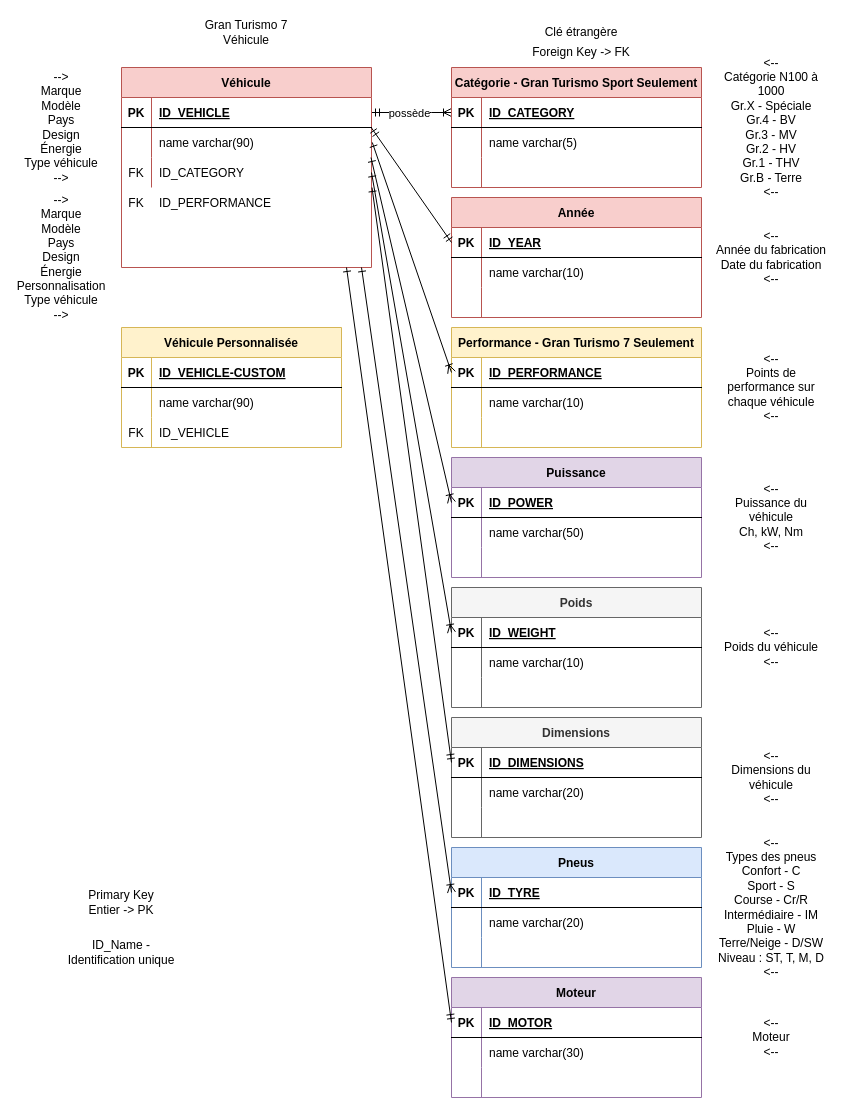
The draw.io diagram Diagramme 0.drawio in mbacc69005Branly/BTS2-CIEL-IR-MCD-2024-2025, before the edit. Source tidied: cells renumbered, new cells numbered last; positions are measured from the earlier drawing's top-left corner, leaving out a move shared by most shapes. Both pictures are drawn from the tidied source at 100%, with x=0, y=0 at pixel (21, 17).
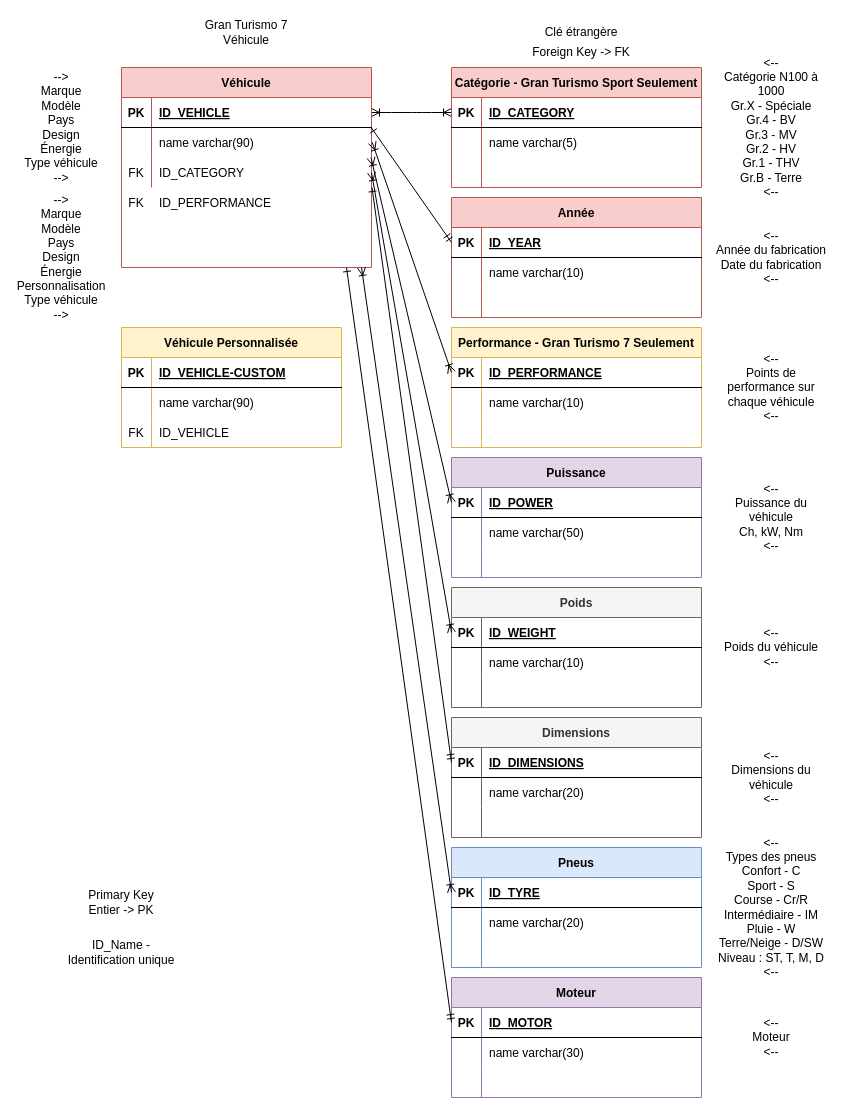
The same page after the edit.

Commit message:
Mettre à jour Diagramme 0.drawio

The change refers to these unchanged cells:
```xml
<mxCell id="6" style="shape=partialRectangle;fillColor=none;points=[[0,0.5],[1,0.5]];portConstraint=eastwest;top=0;left=0;right=0;bottom=1;" parent="5" vertex="1">
  <mxGeometry y="30" width="250" height="30" as="geometry" />
</mxCell>
<mxCell id="9" style="shape=partialRectangle;fillColor=none;points=[[0,0.5],[1,0.5]];portConstraint=eastwest;top=0;left=0;right=0;bottom=0;" parent="5" vertex="1">
  <mxGeometry y="60" width="250" height="30" as="geometry" />
</mxCell>
<mxCell id="12" style="shape=partialRectangle;fillColor=none;points=[[0,0.5],[1,0.5]];portConstraint=eastwest;top=0;left=0;right=0;bottom=0;" parent="5" vertex="1">
  <mxGeometry y="90" width="250" height="30" as="geometry" />
</mxCell>
<mxCell id="30" style="shape=partialRectangle;fillColor=none;points=[[0,0.5],[1,0.5]];portConstraint=eastwest;top=0;left=0;right=0;bottom=1;" parent="29" vertex="1">
  <mxGeometry y="30" width="250" height="30" as="geometry" />
</mxCell>
<mxCell id="40" style="shape=partialRectangle;fillColor=none;points=[[0,0.5],[1,0.5]];portConstraint=eastwest;top=0;left=0;right=0;bottom=1;" parent="39" vertex="1">
  <mxGeometry y="30" width="250" height="30" as="geometry" />
</mxCell>
<mxCell id="52" style="shape=partialRectangle;fillColor=none;points=[[0,0.5],[1,0.5]];portConstraint=eastwest;top=0;left=0;right=0;bottom=1;" parent="51" vertex="1">
  <mxGeometry y="30" width="250" height="30" as="geometry" />
</mxCell>
<mxCell id="74" style="shape=partialRectangle;fillColor=none;points=[[0,0.5],[1,0.5]];portConstraint=eastwest;top=0;left=0;right=0;bottom=1;" parent="73" vertex="1">
  <mxGeometry y="30" width="250" height="30" as="geometry" />
</mxCell>
<mxCell id="85" style="shape=partialRectangle;fillColor=none;points=[[0,0.5],[1,0.5]];portConstraint=eastwest;top=0;left=0;right=0;bottom=1;" parent="84" vertex="1">
  <mxGeometry y="30" width="250" height="30" as="geometry" />
</mxCell>
```

What changed in the source:
```diff
@@
-    <mxCell id="2" style="edgeStyle=entityRelationEdgeStyle;endArrow=ERoneToMany;startArrow=ERmandOne;endFill=0;startFill=0;entryX=0;entryY=0.5;entryDx=0;entryDy=0;" parent="1" edge="1" source="6">
+    <mxCell id="2" style="edgeStyle=entityRelationEdgeStyle;endArrow=ERoneToMany;startArrow=ERoneToMany;endFill=0;startFill=0;entryX=0;entryY=0.5;entryDx=0;entryDy=0;" parent="1" edge="1" source="6">
       <mxGeometry relative="1" as="geometry">
         <mxPoint x="430" y="95" as="targetPoint" />
       </mxGeometry>
     </mxCell>
-    <mxCell id="3" value="possède" style="edgeLabel;html=1;align=center;verticalAlign=middle;" parent="2" vertex="1">
-      <mxGeometry x="-0.07" relative="1" as="geometry" />
-    </mxCell>
@@
-    <mxCell id="105" style="endArrow=ERmandOne;html=1;rounded=0;exitX=0.999;exitY=1.004;exitDx=0;exitDy=0;entryX=0;entryY=0.5;entryDx=0;entryDy=0;exitPerimeter=0;startArrow=ERmandOne;startFill=0;endFill=0;" parent="1" edge="1" source="6" target="30">
+    <mxCell id="105" style="endArrow=ERmandOne;html=1;rounded=0;exitX=0.999;exitY=1.004;exitDx=0;exitDy=0;entryX=0;entryY=0.5;entryDx=0;entryDy=0;exitPerimeter=0;startArrow=ERone;startFill=0;endFill=0;" parent="1" edge="1" source="6" target="30">
       <mxGeometry relative="1" as="geometry" />
     </mxCell>
-    <mxCell id="106" style="endArrow=ERoneToMany;html=1;rounded=0;entryX=0;entryY=0.5;entryDx=0;entryDy=0;exitX=1.003;exitY=0.497;exitDx=0;exitDy=0;exitPerimeter=0;startArrow=ERone;startFill=0;endFill=0;" parent="1" edge="1" source="9" target="40">
+    <mxCell id="106" style="endArrow=ERoneToMany;html=1;rounded=0;entryX=0;entryY=0.5;entryDx=0;entryDy=0;exitX=1.003;exitY=0.497;exitDx=0;exitDy=0;exitPerimeter=0;startArrow=ERoneToMany;startFill=0;endFill=0;" parent="1" edge="1" source="9" target="40">
       <mxGeometry relative="1" as="geometry" />
     </mxCell>
-    <mxCell id="107" style="endArrow=ERoneToMany;html=1;rounded=0;exitX=0.998;exitY=0.002;exitDx=0;exitDy=0;exitPerimeter=0;entryX=0;entryY=0.5;entryDx=0;entryDy=0;startArrow=ERone;startFill=0;endFill=0;" parent="1" edge="1" source="12" target="74">
+    <mxCell id="107" style="endArrow=ERoneToMany;html=1;rounded=0;exitX=0.998;exitY=0.002;exitDx=0;exitDy=0;exitPerimeter=0;entryX=0;entryY=0.5;entryDx=0;entryDy=0;startArrow=ERoneToMany;startFill=0;endFill=0;" parent="1" edge="1" source="12" target="74">
       <mxGeometry relative="1" as="geometry" />
     </mxCell>
-    <mxCell id="108" style="endArrow=ERoneToMany;html=1;rounded=0;exitX=1;exitY=0.5;exitDx=0;exitDy=0;entryX=0;entryY=0.5;entryDx=0;entryDy=0;endFill=0;startArrow=ERone;startFill=0;" parent="1" edge="1" source="12" target="52">
+    <mxCell id="108" style="endArrow=ERoneToMany;html=1;rounded=0;exitX=1;exitY=0.5;exitDx=0;exitDy=0;entryX=0;entryY=0.5;entryDx=0;entryDy=0;endFill=0;startArrow=ERoneToMany;startFill=0;" parent="1" edge="1" source="12" target="52">
       <mxGeometry relative="1" as="geometry" />
     </mxCell>
@@
-    <mxCell id="110" style="endArrow=ERoneToMany;html=1;rounded=0;entryX=0;entryY=0.5;entryDx=0;entryDy=0;startArrow=ERone;startFill=0;endFill=0;" parent="1" edge="1" target="85">
+    <mxCell id="110" style="endArrow=ERoneToMany;html=1;rounded=0;entryX=0;entryY=0.5;entryDx=0;entryDy=0;startArrow=ERoneToMany;startFill=0;endFill=0;" parent="1" edge="1" target="85">
       <mxGeometry relative="1" as="geometry">
         <mxPoint x="340" y="250" as="sourcePoint" />
       </mxGeometry>
     </mxCell>
```
